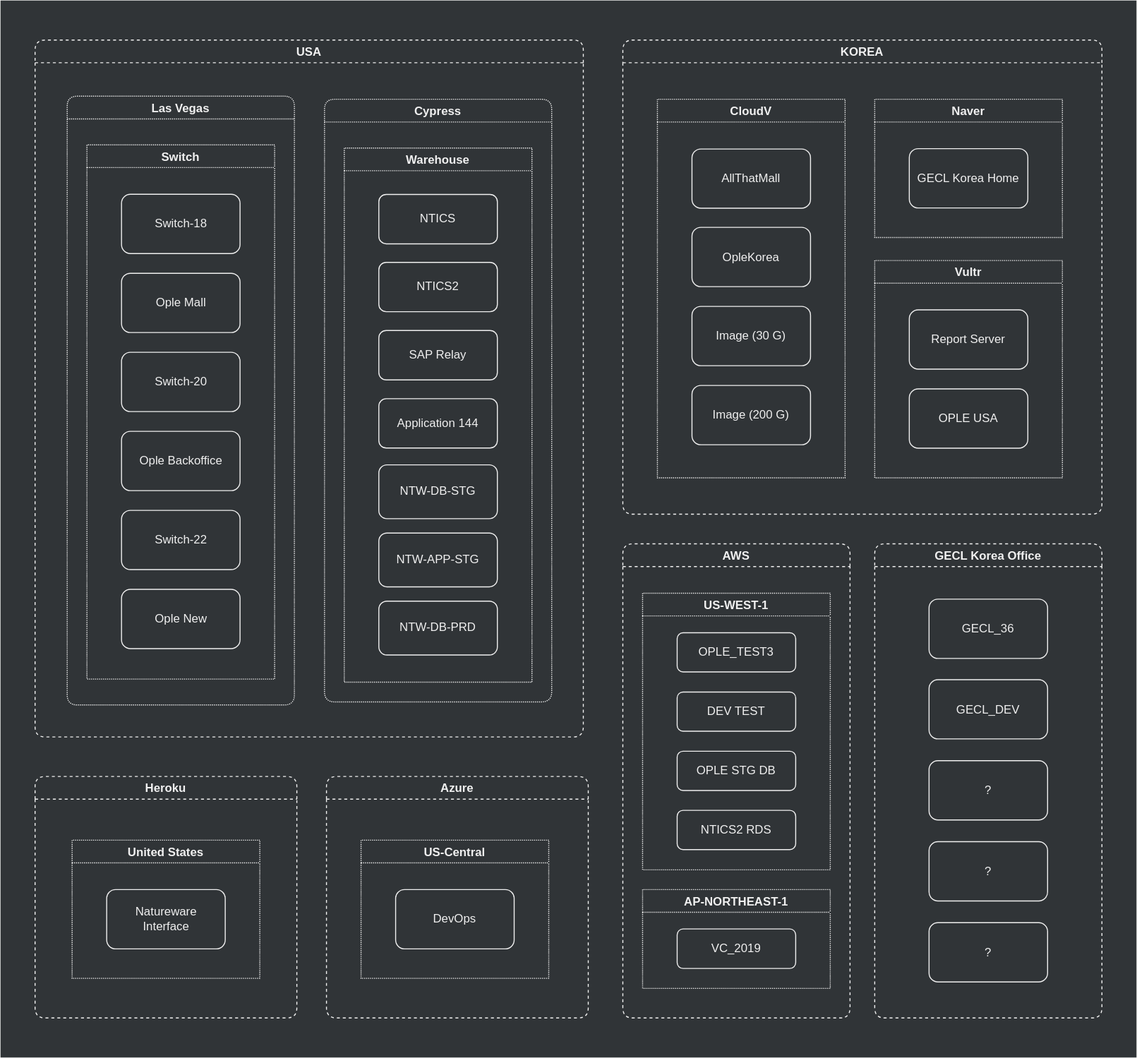
jiholee-ntwglobal/jiholee-ntwglobal.github.io keeps this draw.io diagram as assets/.draw.io/references/network-structure-diagram.svg. Above is the earlier version. Source tidied: cells renumbered, new cells last; positions are measured from the earlier drawing's top-left corner, leaving out a move shared by most shapes.
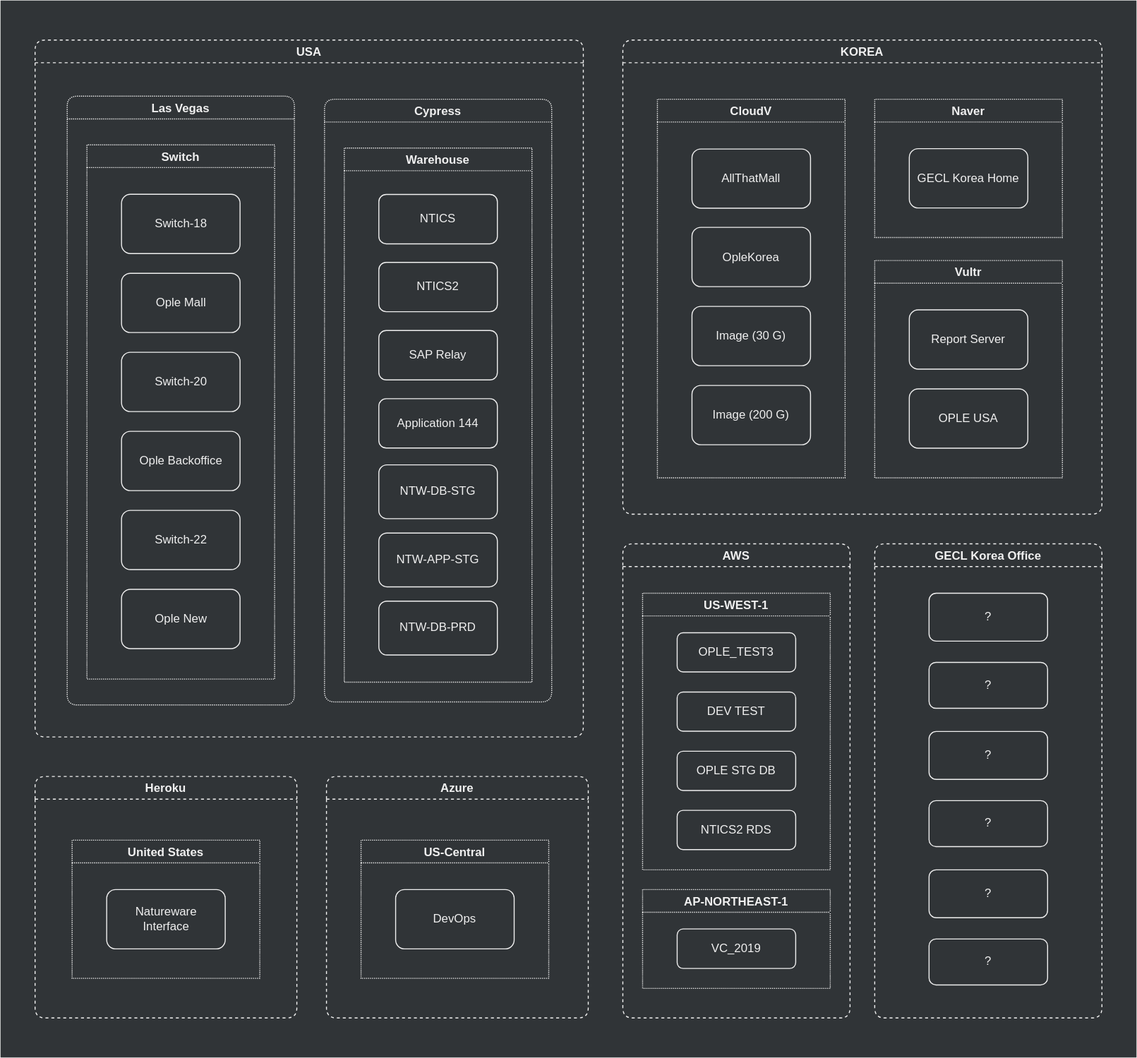
After the commit.

The edit, as a diff of the source:
```diff
@@ -137,20 +137,23 @@
     <mxCell id="46" value="GECL Korea Office" style="swimlane;rounded=1;fillColor=none;strokeColor=#F0F0F0;fontColor=#F0F0F0;dashed=1;" parent="1" vertex="1">
       <mxGeometry x="885" y="550" width="230" height="480" as="geometry" />
     </mxCell>
-    <mxCell id="47" value="GECL_36" style="rounded=1;whiteSpace=wrap;html=1;strokeColor=#F0F0F0;fillColor=none;fontColor=#F0F0F0;" parent="46" vertex="1">
-      <mxGeometry x="55" y="56" width="120" height="60" as="geometry" />
-    </mxCell>
-    <mxCell id="48" value="GECL_DEV" style="rounded=1;whiteSpace=wrap;html=1;strokeColor=#F0F0F0;fillColor=none;fontColor=#F0F0F0;" parent="46" vertex="1">
-      <mxGeometry x="55" y="137.5" width="120" height="60" as="geometry" />
-    </mxCell>
-    <mxCell id="49" value="?" style="rounded=1;whiteSpace=wrap;html=1;strokeColor=#F0F0F0;fillColor=none;fontColor=#F0F0F0;" parent="46" vertex="1">
-      <mxGeometry x="55" y="219.5" width="120" height="60" as="geometry" />
-    </mxCell>
     <mxCell id="50" value="?" style="rounded=1;whiteSpace=wrap;html=1;strokeColor=#F0F0F0;fillColor=none;fontColor=#F0F0F0;" parent="46" vertex="1">
-      <mxGeometry x="55" y="301.5" width="120" height="60" as="geometry" />
+      <mxGeometry x="55" y="50" width="120" height="48.5" as="geometry" />
     </mxCell>
     <mxCell id="51" value="?" style="rounded=1;whiteSpace=wrap;html=1;strokeColor=#F0F0F0;fillColor=none;fontColor=#F0F0F0;" parent="46" vertex="1">
-      <mxGeometry x="55" y="383.5" width="120" height="60" as="geometry" />
+      <mxGeometry x="55" y="120" width="120" height="46.5" as="geometry" />
     </mxCell>
+    <mxCell id="52" value="?" style="rounded=1;whiteSpace=wrap;html=1;strokeColor=#F0F0F0;fillColor=none;fontColor=#F0F0F0;" parent="1" vertex="1">
+      <mxGeometry x="940" y="740" width="120" height="48.5" as="geometry" />
+    </mxCell>
+    <mxCell id="53" value="?" style="rounded=1;whiteSpace=wrap;html=1;strokeColor=#F0F0F0;fillColor=none;fontColor=#F0F0F0;" parent="1" vertex="1">
+      <mxGeometry x="940" y="810" width="120" height="46.5" as="geometry" />
+    </mxCell>
+    <mxCell id="54" value="?" style="rounded=1;whiteSpace=wrap;html=1;strokeColor=#F0F0F0;fillColor=none;fontColor=#F0F0F0;" parent="1" vertex="1">
+      <mxGeometry x="940" y="880" width="120" height="48.5" as="geometry" />
+    </mxCell>
+    <mxCell id="55" value="?" style="rounded=1;whiteSpace=wrap;html=1;strokeColor=#F0F0F0;fillColor=none;fontColor=#F0F0F0;" parent="1" vertex="1">
+      <mxGeometry x="940" y="950" width="120" height="46.5" as="geometry" />
+    </mxCell>
   </root>
 </mxGraphModel>
```
